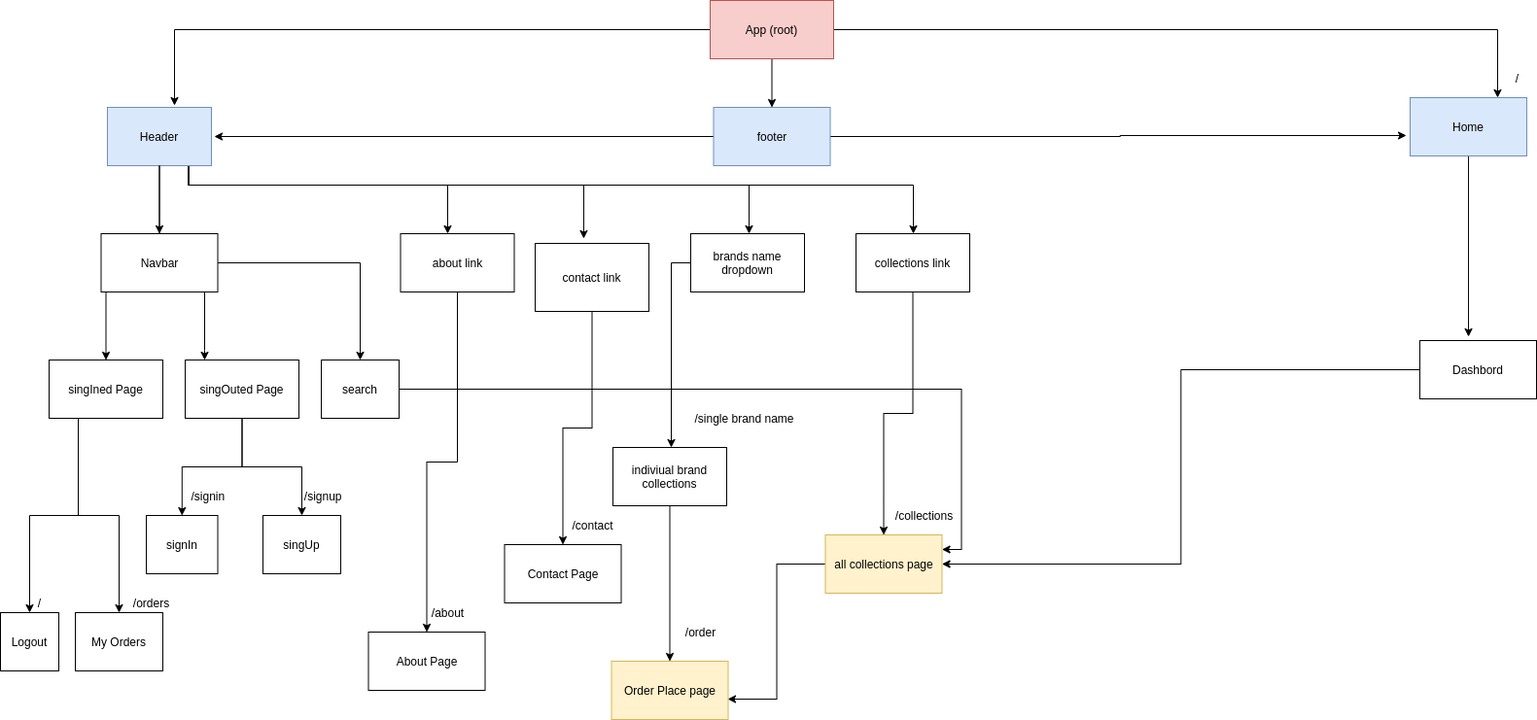
This is flowChart.png from kapeiharshad/ecommerce-ui, a draw.io export, as it was before one commit. Source tidied: cells renumbered, new cells last; positions are measured from the earlier drawing's top-left corner, leaving out a move shared by most shapes.
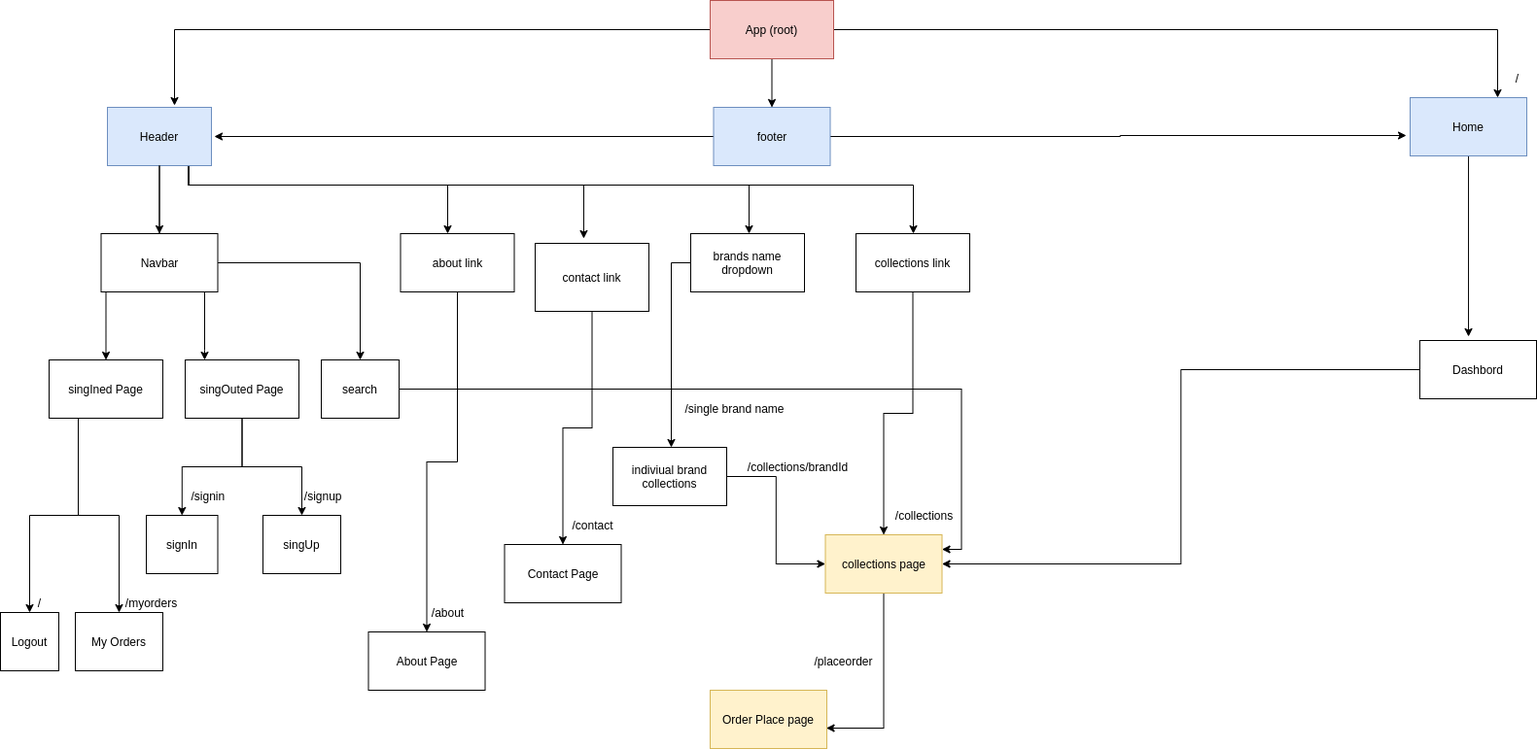
The same diagram one commit later.

The edit, as a diff of the source:
```diff
@@ -123,14 +123,14 @@
     <mxCell id="27" value="&amp;nbsp; &amp;nbsp; &lt;br&gt;" style="text;html=1;align=center;verticalAlign=middle;" parent="1" vertex="1">
       <mxGeometry x="940" y="205" width="30" height="20" as="geometry" />
     </mxCell>
-    <mxCell id="28" style="edgeStyle=orthogonalEdgeStyle;rounded=0;jettySize=auto;html=1;" parent="1" edge="1" source="29" target="55">
-      <mxGeometry relative="1" as="geometry" />
-    </mxCell>
+    <mxCell id="61" style="edgeStyle=orthogonalEdgeStyle;rounded=0;jettySize=auto;html=1;entryX=0;entryY=0.5;entryDx=0;entryDy=0;" parent="1" edge="1" source="29" target="53">
+      <mxGeometry relative="1" as="geometry" />
+    </mxCell>
     <mxCell id="29" value="indiviual brand collections" style="rounded=0;whiteSpace=wrap;html=1;" parent="1" vertex="1">
       <mxGeometry x="630" y="460" width="117" height="60" as="geometry" />
     </mxCell>
     <mxCell id="30" value="/single brand name" style="text;html=1;align=center;verticalAlign=middle;" parent="1" vertex="1">
-      <mxGeometry x="705" y="420" width="120" height="20" as="geometry" />
+      <mxGeometry x="695" y="410" width="120" height="20" as="geometry" />
     </mxCell>
     <mxCell id="31" style="edgeStyle=orthogonalEdgeStyle;rounded=0;jettySize=auto;html=1;" parent="1" edge="1" source="32" target="35">
       <mxGeometry relative="1" as="geometry" />
@@ -200,17 +200,17 @@
     <mxCell id="52" style="edgeStyle=orthogonalEdgeStyle;rounded=0;jettySize=auto;html=1;entryX=0.996;entryY=0.65;entryDx=0;entryDy=0;entryPerimeter=0;" parent="1" edge="1" source="53" target="55">
       <mxGeometry relative="1" as="geometry" />
     </mxCell>
-    <mxCell id="53" value="all collections page" style="rounded=0;whiteSpace=wrap;html=1;fillColor=#fff2cc;strokeColor=#d6b656;" parent="1" vertex="1">
+    <mxCell id="53" value="collections page" style="rounded=0;whiteSpace=wrap;html=1;fillColor=#fff2cc;strokeColor=#d6b656;" parent="1" vertex="1">
       <mxGeometry x="848.5" y="550" width="120" height="60" as="geometry" />
     </mxCell>
     <mxCell id="54" value="/collections" style="text;html=1;align=center;verticalAlign=middle;" parent="1" vertex="1">
       <mxGeometry x="915" y="520" width="70" height="20" as="geometry" />
     </mxCell>
     <mxCell id="55" value="Order Place page" style="rounded=0;whiteSpace=wrap;html=1;fillColor=#fff2cc;strokeColor=#d6b656;" parent="1" vertex="1">
-      <mxGeometry x="628.5" y="680" width="120" height="60" as="geometry" />
+      <mxGeometry x="730" y="710" width="120" height="60" as="geometry" />
     </mxCell>
-    <mxCell id="56" value="/order" style="text;html=1;align=center;verticalAlign=middle;" parent="1" vertex="1">
-      <mxGeometry x="695" y="640" width="50" height="20" as="geometry" />
+    <mxCell id="56" value="/placeorder" style="text;html=1;align=center;verticalAlign=middle;" parent="1" vertex="1">
+      <mxGeometry x="827" y="670" width="80" height="20" as="geometry" />
     </mxCell>
     <mxCell id="57" value="&amp;nbsp; &amp;nbsp; &amp;nbsp; &amp;nbsp; &amp;nbsp; /signup" style="text;html=1;align=center;verticalAlign=middle;" parent="1" vertex="1">
       <mxGeometry x="270" y="500" width="90" height="20" as="geometry" />
@@ -221,8 +221,11 @@
     <mxCell id="59" value="/" style="text;html=1;align=center;verticalAlign=middle;" parent="1" vertex="1">
       <mxGeometry x="30" y="610" width="20" height="20" as="geometry" />
     </mxCell>
-    <mxCell id="60" value="/orders" style="text;html=1;align=center;verticalAlign=middle;" parent="1" vertex="1">
-      <mxGeometry x="130" y="610" width="50" height="20" as="geometry" />
+    <mxCell id="60" value="/myorders" style="text;html=1;align=center;verticalAlign=middle;" parent="1" vertex="1">
+      <mxGeometry x="120" y="610" width="70" height="20" as="geometry" />
     </mxCell>
+    <mxCell id="62" value="/collections/brandId" style="text;html=1;align=center;verticalAlign=middle;" parent="1" vertex="1">
+      <mxGeometry x="760" y="470" width="120" height="20" as="geometry" />
+    </mxCell>
   </root>
 </mxGraphModel>
```
